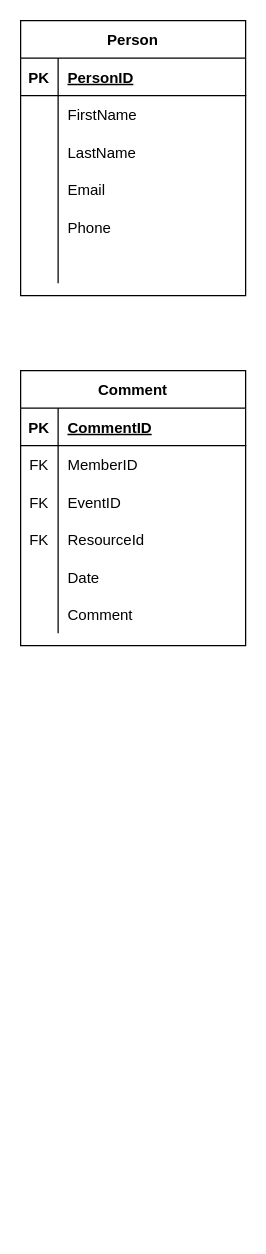
Above: Diagrams/ClimateEntityDiagram.drawio in BeartoothHiker/it-120-group-project (draw.io), before the change. Source tidied: cells renumbered, new cells numbered last; positions are measured from the earlier drawing's top-left corner, leaving out a move shared by most shapes. Both pictures are drawn from the tidied source at 125%, with x=0, y=0 at pixel (20, 20).
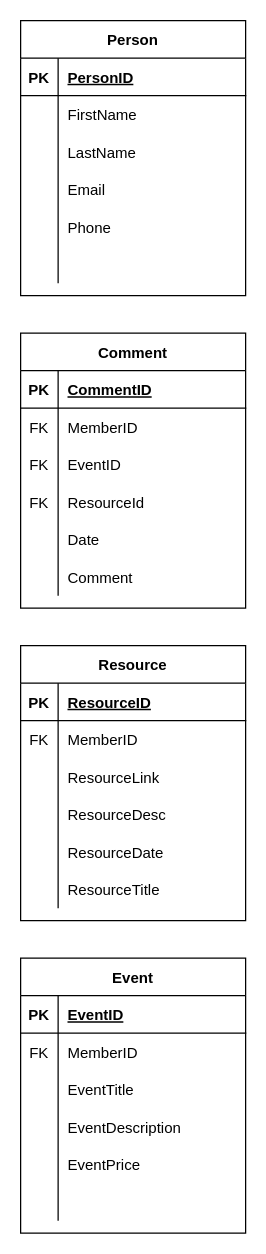
Above is the later version.

Commit message:
Emily's tables dri

Diff of the diagram source:
```diff
@@
     <mxCell id="21" value="Comment" style="shape=table;startSize=30;childLayout=tableLayout;rowLines=0;fontStyle=1;align=center;" parent="1" vertex="1">
-      <mxGeometry y="280" width="180" height="220" as="geometry" />
+      <mxGeometry y="250" width="180" height="220" as="geometry" />
     </mxCell>
@@
+    <mxCell id="40" value="Resource" style="shape=table;startSize=30;childLayout=tableLayout;rowLines=0;fontStyle=1;align=center;" parent="1" vertex="1">
+      <mxGeometry y="500" width="180" height="220" as="geometry" />
+    </mxCell>
+    <mxCell id="41" style="shape=partialRectangle;fillColor=none;top=0;left=0;bottom=1;right=0;" parent="40" vertex="1">
+      <mxGeometry y="30" width="180" height="30" as="geometry" />
+    </mxCell>
+    <mxCell id="42" value="PK" style="shape=partialRectangle;fillColor=none;top=0;left=0;bottom=0;right=0;fontStyle=1;overflow=hidden;" parent="41" vertex="1">
+      <mxGeometry width="30" height="30" as="geometry" />
+    </mxCell>
+    <mxCell id="43" value="ResourceID" style="shape=partialRectangle;fillColor=none;top=0;left=0;bottom=0;right=0;align=left;spacingLeft=6;fontStyle=5;overflow=hidden;" parent="41" vertex="1">
+      <mxGeometry x="30" width="150" height="30" as="geometry" />
+    </mxCell>
+    <mxCell id="44" style="shape=partialRectangle;fillColor=none;top=0;left=0;bottom=0;right=0;" parent="40" vertex="1">
+      <mxGeometry y="60" width="180" height="30" as="geometry" />
+    </mxCell>
+    <mxCell id="45" value="FK" style="shape=partialRectangle;fillColor=none;top=0;left=0;bottom=0;right=0;fontStyle=0;overflow=hidden;" parent="44" vertex="1">
+      <mxGeometry width="30" height="30" as="geometry" />
+    </mxCell>
+    <mxCell id="46" value="MemberID" style="shape=partialRectangle;fillColor=none;top=0;left=0;bottom=0;right=0;align=left;spacingLeft=6;fontStyle=0;overflow=hidden;" parent="44" vertex="1">
+      <mxGeometry x="30" width="150" height="30" as="geometry" />
+    </mxCell>
+    <mxCell id="47" style="shape=partialRectangle;fillColor=none;top=0;left=0;bottom=0;right=0;" parent="40" vertex="1">
+      <mxGeometry y="90" width="180" height="30" as="geometry" />
+    </mxCell>
+    <mxCell id="48" style="shape=partialRectangle;fillColor=none;top=0;left=0;bottom=0;right=0;fontStyle=0;overflow=hidden;" parent="47" vertex="1">
+      <mxGeometry width="30" height="30" as="geometry" />
+    </mxCell>
+    <mxCell id="49" value="ResourceLink" style="shape=partialRectangle;fillColor=none;top=0;left=0;bottom=0;right=0;align=left;spacingLeft=6;fontStyle=0;overflow=hidden;" parent="47" vertex="1">
+      <mxGeometry x="30" width="150" height="30" as="geometry" />
+    </mxCell>
+    <mxCell id="50" style="shape=partialRectangle;fillColor=none;top=0;left=0;bottom=0;right=0;" parent="40" vertex="1">
+      <mxGeometry y="120" width="180" height="30" as="geometry" />
+    </mxCell>
+    <mxCell id="51" style="shape=partialRectangle;fillColor=none;top=0;left=0;bottom=0;right=0;fontStyle=0;overflow=hidden;" parent="50" vertex="1">
+      <mxGeometry width="30" height="30" as="geometry" />
+    </mxCell>
+    <mxCell id="52" value="ResourceDesc" style="shape=partialRectangle;fillColor=none;top=0;left=0;bottom=0;right=0;align=left;spacingLeft=6;fontStyle=0;overflow=hidden;" parent="50" vertex="1">
+      <mxGeometry x="30" width="150" height="30" as="geometry" />
+    </mxCell>
+    <mxCell id="53" style="shape=partialRectangle;fillColor=none;top=0;left=0;bottom=0;right=0;" parent="40" vertex="1">
+      <mxGeometry y="150" width="180" height="30" as="geometry" />
+    </mxCell>
+    <mxCell id="54" style="shape=partialRectangle;fillColor=none;top=0;left=0;bottom=0;right=0;overflow=hidden;" parent="53" vertex="1">
+      <mxGeometry width="30" height="30" as="geometry" />
+    </mxCell>
+    <mxCell id="55" value="ResourceDate" style="shape=partialRectangle;fillColor=none;top=0;left=0;bottom=0;right=0;align=left;spacingLeft=6;overflow=hidden;" parent="53" vertex="1">
+      <mxGeometry x="30" width="150" height="30" as="geometry" />
+    </mxCell>
+    <mxCell id="56" style="shape=partialRectangle;fillColor=none;top=0;left=0;bottom=0;right=0;" parent="40" vertex="1">
+      <mxGeometry y="180" width="180" height="30" as="geometry" />
+    </mxCell>
+    <mxCell id="57" style="shape=partialRectangle;fillColor=none;top=0;left=0;bottom=0;right=0;overflow=hidden;" parent="56" vertex="1">
+      <mxGeometry width="30" height="30" as="geometry" />
+    </mxCell>
+    <mxCell id="58" value="ResourceTitle" style="shape=partialRectangle;fillColor=none;top=0;left=0;bottom=0;right=0;align=left;spacingLeft=6;overflow=hidden;" parent="56" vertex="1">
+      <mxGeometry x="30" width="150" height="30" as="geometry" />
+    </mxCell>
+    <mxCell id="59" value="Event" style="shape=table;startSize=30;childLayout=tableLayout;rowLines=0;fontStyle=1;align=center;" parent="1" vertex="1">
+      <mxGeometry y="750" width="180" height="220" as="geometry" />
+    </mxCell>
+    <mxCell id="60" style="shape=partialRectangle;fillColor=none;top=0;left=0;bottom=1;right=0;" parent="59" vertex="1">
+      <mxGeometry y="30" width="180" height="30" as="geometry" />
+    </mxCell>
+    <mxCell id="61" value="PK" style="shape=partialRectangle;fillColor=none;top=0;left=0;bottom=0;right=0;fontStyle=1;overflow=hidden;" parent="60" vertex="1">
+      <mxGeometry width="30" height="30" as="geometry" />
+    </mxCell>
+    <mxCell id="62" value="EventID" style="shape=partialRectangle;fillColor=none;top=0;left=0;bottom=0;right=0;align=left;spacingLeft=6;fontStyle=5;overflow=hidden;" parent="60" vertex="1">
+      <mxGeometry x="30" width="150" height="30" as="geometry" />
+    </mxCell>
+    <mxCell id="63" style="shape=partialRectangle;fillColor=none;top=0;left=0;bottom=0;right=0;" parent="59" vertex="1">
+      <mxGeometry y="60" width="180" height="30" as="geometry" />
+    </mxCell>
+    <mxCell id="64" value="FK" style="shape=partialRectangle;fillColor=none;top=0;left=0;bottom=0;right=0;fontStyle=0;overflow=hidden;" parent="63" vertex="1">
+      <mxGeometry width="30" height="30" as="geometry" />
+    </mxCell>
+    <mxCell id="65" value="MemberID" style="shape=partialRectangle;fillColor=none;top=0;left=0;bottom=0;right=0;align=left;spacingLeft=6;fontStyle=0;overflow=hidden;" parent="63" vertex="1">
+      <mxGeometry x="30" width="150" height="30" as="geometry" />
+    </mxCell>
+    <mxCell id="66" style="shape=partialRectangle;fillColor=none;top=0;left=0;bottom=0;right=0;" parent="59" vertex="1">
+      <mxGeometry y="90" width="180" height="30" as="geometry" />
+    </mxCell>
+    <mxCell id="67" style="shape=partialRectangle;fillColor=none;top=0;left=0;bottom=0;right=0;fontStyle=0;overflow=hidden;" parent="66" vertex="1">
+      <mxGeometry width="30" height="30" as="geometry" />
+    </mxCell>
+    <mxCell id="68" value="EventTitle" style="shape=partialRectangle;fillColor=none;top=0;left=0;bottom=0;right=0;align=left;spacingLeft=6;fontStyle=0;overflow=hidden;" parent="66" vertex="1">
+      <mxGeometry x="30" width="150" height="30" as="geometry" />
+    </mxCell>
+    <mxCell id="69" style="shape=partialRectangle;fillColor=none;top=0;left=0;bottom=0;right=0;" parent="59" vertex="1">
+      <mxGeometry y="120" width="180" height="30" as="geometry" />
+    </mxCell>
+    <mxCell id="70" style="shape=partialRectangle;fillColor=none;top=0;left=0;bottom=0;right=0;fontStyle=0;overflow=hidden;" parent="69" vertex="1">
+      <mxGeometry width="30" height="30" as="geometry" />
+    </mxCell>
+    <mxCell id="71" value="EventDescription    " style="shape=partialRectangle;fillColor=none;top=0;left=0;bottom=0;right=0;align=left;spacingLeft=6;fontStyle=0;overflow=hidden;" parent="69" vertex="1">
+      <mxGeometry x="30" width="150" height="30" as="geometry" />
+    </mxCell>
+    <mxCell id="72" style="shape=partialRectangle;fillColor=none;top=0;left=0;bottom=0;right=0;" parent="59" vertex="1">
+      <mxGeometry y="150" width="180" height="30" as="geometry" />
+    </mxCell>
+    <mxCell id="73" style="shape=partialRectangle;fillColor=none;top=0;left=0;bottom=0;right=0;overflow=hidden;" parent="72" vertex="1">
+      <mxGeometry width="30" height="30" as="geometry" />
+    </mxCell>
+    <mxCell id="74" value="EventPrice" style="shape=partialRectangle;fillColor=none;top=0;left=0;bottom=0;right=0;align=left;spacingLeft=6;overflow=hidden;" parent="72" vertex="1">
+      <mxGeometry x="30" width="150" height="30" as="geometry" />
+    </mxCell>
+    <mxCell id="75" style="shape=partialRectangle;fillColor=none;top=0;left=0;bottom=0;right=0;" parent="59" vertex="1">
+      <mxGeometry y="180" width="180" height="30" as="geometry" />
+    </mxCell>
+    <mxCell id="76" style="shape=partialRectangle;fillColor=none;top=0;left=0;bottom=0;right=0;overflow=hidden;" parent="75" vertex="1">
+      <mxGeometry width="30" height="30" as="geometry" />
+    </mxCell>
+    <mxCell id="77" style="shape=partialRectangle;fillColor=none;top=0;left=0;bottom=0;right=0;align=left;spacingLeft=6;overflow=hidden;" parent="75" vertex="1">
+      <mxGeometry x="30" width="150" height="30" as="geometry" />
+    </mxCell>
```
